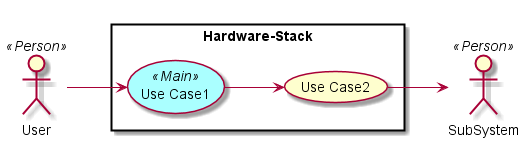
The PlantUML diagram docs/Solution/Hardware-Stack/UseCases.png in CAADE/fleet, before a commit. Its diagram source:
```plantuml
@startuml

left to right direction

skinparam usecase {
  BackgroudnColor #ffffaa
  BackgroundColor<<Main>> #aaffff
}
actor :User: <<Person>>
actor :SubSystem: <<Person>>


rectangle "Hardware-Stack" {
UseCase UC1 <<Main>> as "Use Case1"
UseCase UC2  as "Use Case2"


User --> UC1
UC1 --> UC2
UC2 --> SubSystem
}

@enduml
```
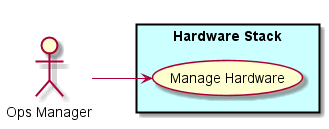
After the commit.

Diff of the diagram source:
```diff
@@ -2,22 +2,12 @@
 
 left to right direction
 
-skinparam usecase {
-  BackgroudnColor #ffffaa
-  BackgroundColor<<Main>> #aaffff
-}
-actor :User: <<Person>>
-actor :SubSystem: <<Person>>
+actor :Ops Manager: as Ops
 
-
-rectangle "Hardware-Stack" {
-UseCase UC1 <<Main>> as "Use Case1"
-UseCase UC2  as "Use Case2"
-
-
-User --> UC1
-UC1 --> UC2
-UC2 --> SubSystem
+rectangle "Hardware Stack" #ccffff {
+    UseCase UC1 as "Manage Hardware"
 }
 
+Ops --> UC1
+
 @enduml
```
